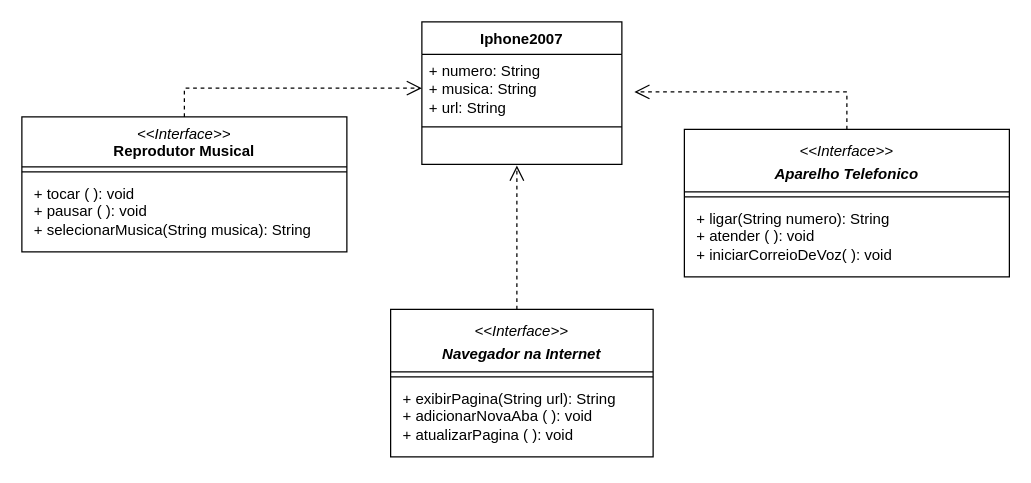
Above: DesefioPOO/UMLIphone2007.drawio in josdcosta/dio-trilha-java-basico (draw.io), before the change. Source tidied: cells renumbered, new cells numbered last; positions are measured from the earlier drawing's top-left corner, leaving out a move shared by most shapes. Both pictures are drawn from the tidied source at 125%, with x=0, y=0 at pixel (21, 21).
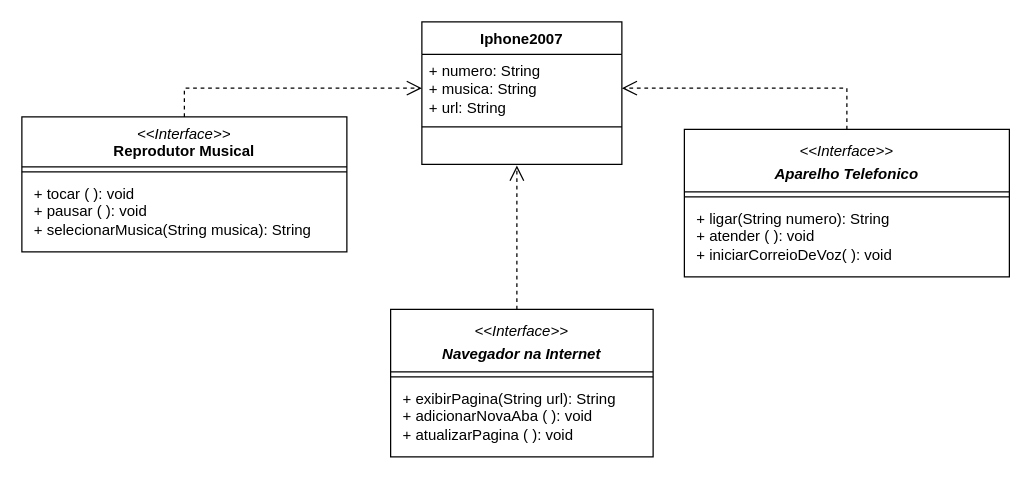
Above is the later version.

Commit message (it also covers changes not shown here):
desafio poo png

Unchanged cells that the change refers to:
```xml
<mxCell id="6" value="+ numero: String&lt;div&gt;+ musica: String&lt;/div&gt;&lt;div&gt;+ url: String&lt;/div&gt;" style="text;strokeColor=none;fillColor=none;align=left;verticalAlign=top;spacingLeft=4;spacingRight=4;overflow=hidden;points=[[0,0.5],[1,0.5]];portConstraint=eastwest;whiteSpace=wrap;html=1;" parent="5" vertex="1">
  <mxGeometry y="26" width="160" height="54" as="geometry" />
</mxCell>
<mxCell id="12" value="&lt;div&gt;&lt;p style=&quot;font-weight: 400; text-wrap-mode: nowrap; margin: 4px 0px 0px;&quot;&gt;&lt;i&gt;&amp;lt;&amp;lt;Interface&amp;gt;&amp;gt;&lt;/i&gt;&lt;br&gt;&lt;/p&gt;&lt;p style=&quot;font-weight: 400; text-wrap-mode: nowrap; margin: 4px 0px 0px;&quot;&gt;&lt;i&gt;&lt;b&gt;Aparelho Telefonico&lt;/b&gt;&lt;/i&gt;&lt;/p&gt;&lt;/div&gt;" style="swimlane;fontStyle=1;align=center;verticalAlign=top;horizontal=1;startSize=50;whiteSpace=wrap;html=1;" parent="1" vertex="1">
  <mxGeometry x="530" y="86" width="260" height="118" as="geometry" />
</mxCell>
```

Diff of the diagram source:
```diff
@@
-    <mxCell id="3" style="edgeStyle=orthogonalEdgeStyle;rounded=0;html=1;labelBackgroundColor=none;startFill=0;endArrow=open;endFill=0;endSize=10;fontFamily=Verdana;fontSize=10;dashed=1;exitX=0.5;exitY=0;exitDx=0;exitDy=0;" parent="1" edge="1" source="12">
+    <mxCell id="3" style="edgeStyle=orthogonalEdgeStyle;rounded=0;html=1;labelBackgroundColor=none;startFill=0;endArrow=open;endFill=0;endSize=10;fontFamily=Verdana;fontSize=10;dashed=1;exitX=0.5;exitY=0;exitDx=0;exitDy=0;entryX=1;entryY=0.5;entryDx=0;entryDy=0;" parent="1" edge="1" source="12" target="6">
       <mxGeometry relative="1" as="geometry">
-        <mxPoint x="490" y="56" as="targetPoint" />
         <Array as="points">
-          <mxPoint x="660" y="56" />
+          <mxPoint x="660" y="53" />
         </Array>
       </mxGeometry>
     </mxCell>
```
